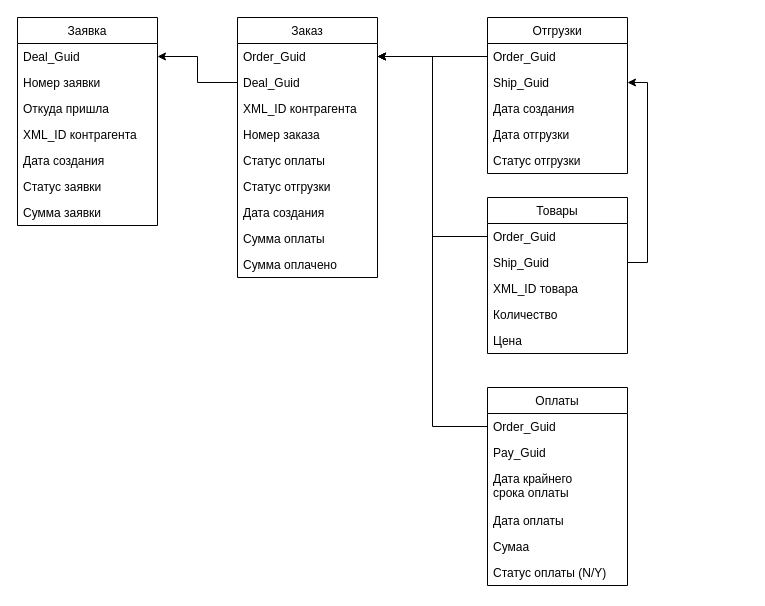
Before: 12345646.drawio in cTu4/Draw, a draw.io diagram. Source tidied: cells renumbered, new cells numbered last; positions are measured from the earlier drawing's top-left corner, leaving out a move shared by most shapes. Both pictures are drawn from the tidied source at 100%, with x=0, y=0 at pixel (17, 17).
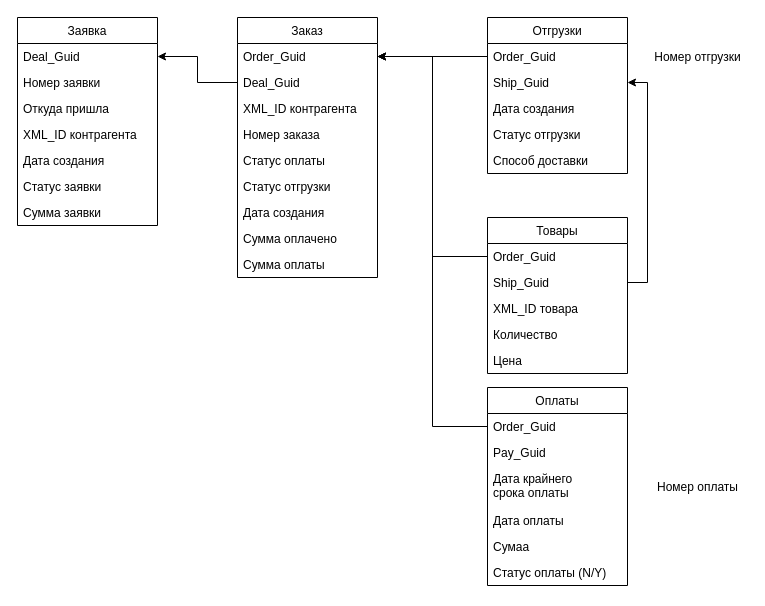
The same diagram, later.

Unchanged cells that the change refers to:
```xml
<mxCell id="10" value="Заказ" style="swimlane;fontStyle=0;horizontal=1;startSize=26;fillColor=none;" parent="1" vertex="1">
  <mxGeometry x="220" width="140" height="260" as="geometry" />
</mxCell>
<mxCell id="20" value="Отгрузки" style="swimlane;fontStyle=0;horizontal=1;startSize=26;fillColor=none;" parent="1" vertex="1">
  <mxGeometry x="470" width="140" height="156" as="geometry" />
</mxCell>
```

The edit, as a diff of the source:
```diff
@@
+    <mxCell id="19" value="Сумма оплачено" style="text;strokeColor=none;fillColor=none;align=left;verticalAlign=top;spacingLeft=4;spacingRight=4;overflow=hidden;" parent="10" vertex="1">
+      <mxGeometry y="208" width="140" height="26" as="geometry" />
+    </mxCell>
     <mxCell id="18" value="Сумма оплаты" style="text;strokeColor=none;fillColor=none;align=left;verticalAlign=top;spacingLeft=4;spacingRight=4;overflow=hidden;" parent="10" vertex="1">
-      <mxGeometry y="208" width="140" height="26" as="geometry" />
+      <mxGeometry y="234" width="140" height="26" as="geometry" />
     </mxCell>
-    <mxCell id="19" value="Сумма оплачено" style="text;strokeColor=none;fillColor=none;align=left;verticalAlign=top;spacingLeft=4;spacingRight=4;overflow=hidden;" parent="10" vertex="1">
-      <mxGeometry y="234" width="140" height="26" as="geometry" />
-    </mxCell>
@@
-    <mxCell id="24" value="Дата отгрузки" style="text;strokeColor=none;fillColor=none;align=left;verticalAlign=top;spacingLeft=4;spacingRight=4;overflow=hidden;" parent="20" vertex="1">
-      <mxGeometry y="104" width="140" height="26" as="geometry" />
-    </mxCell>
     <mxCell id="25" value="Статус отгрузки" style="text;strokeColor=none;fillColor=none;align=left;verticalAlign=top;spacingLeft=4;spacingRight=4;overflow=hidden;" parent="20" vertex="1">
-      <mxGeometry y="130" width="140" height="26" as="geometry" />
+      <mxGeometry y="104" width="140" height="26" as="geometry" />
     </mxCell>
+    <mxCell id="44" value="Способ доставки" style="text;strokeColor=none;fillColor=none;align=left;verticalAlign=top;spacingLeft=4;spacingRight=4;overflow=hidden;" parent="20" vertex="1">
+      <mxGeometry y="130" width="140" height="26" as="geometry" />
+    </mxCell>
     <mxCell id="26" value="Товары" style="swimlane;fontStyle=0;horizontal=1;startSize=26;fillColor=none;" parent="1" vertex="1">
-      <mxGeometry x="470" y="180" width="140" height="156" as="geometry" />
+      <mxGeometry x="470" y="200" width="140" height="156" as="geometry" />
     </mxCell>
@@
+    <mxCell id="45" value="Номер оплаты" style="text;html=1;align=center;verticalAlign=middle;" parent="1" vertex="1">
+      <mxGeometry x="630" y="460" width="100" height="20" as="geometry" />
+    </mxCell>
+    <mxCell id="46" value="Номер отгрузки" style="text;html=1;align=center;verticalAlign=middle;" parent="1" vertex="1">
+      <mxGeometry x="630" y="30" width="100" height="20" as="geometry" />
+    </mxCell>
```
